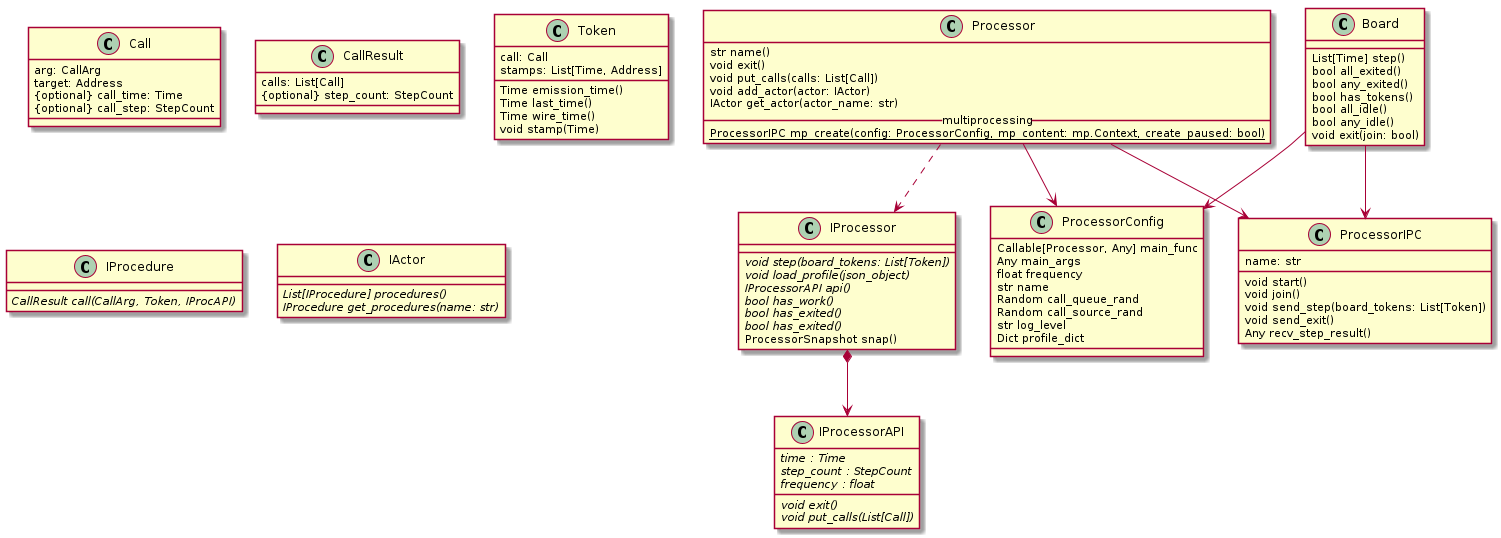
Before: pacos4/pacos4_uml.png, a diagram exported from PlantUML (jadnohra/PaCoS). Its diagram source:
```plantuml
@startuml

class IProcessorAPI {
    {abstract} time : Time
    {abstract} step_count : StepCount
    {abstract} frequency : float
    {abstract} void exit()
    {abstract} void put_calls(List[Call])
}

class Call {
    arg: CallArg
    target: Address
    {optional} call_time: Time
    {optional} call_step: StepCount
}

class CallResult {
    calls: List[Call]
    {optional} step_count: StepCount
}

class Token {
    call: Call
    stamps: List[Time, Address]
    Time emission_time()
    Time last_time()
    Time wire_time()
    void stamp(Time)
}


class IProcedure {
    {abstract} CallResult call(CallArg, Token, IProcAPI)
}


class IActor {
    {abstract} List[IProcedure] procedures()
    {abstract} IProcedure get_procedures(name: str)
}

class IProcessor {
    {abstract} void step(board_tokens: List[Token])
    {abstract} void load_profile(json_object)
    {abstract} IProcessorAPI api()
    {abstract} bool has_work()
    {abstract} bool has_exited()
    {abstract} bool has_exited()
    ProcessorSnapshot snap()
}

class ProcessorIPC {
    void start()
    void join()
    void send_step(board_tokens: List[Token])
    void send_exit()
    Any recv_step_result()
    name: str
}


class Processor {
   str name()
   void exit()
   void put_calls(calls: List[Call])
   void add_actor(actor: IActor)
   IActor get_actor(actor_name: str)
   __ multiprocessing __
   {static} ProcessorIPC mp_create(config: ProcessorConfig, mp_content: mp.Context, create_paused: bool)
}

Processor --> ProcessorConfig
Processor --> ProcessorIPC
Processor ..> IProcessor
IProcessor *--> IProcessorAPI

class ProcessorConfig {
    Callable[Processor, Any] main_func
    Any main_args
    float frequency
    str name
    Random call_queue_rand
    Random call_source_rand
    str log_level
    Dict profile_dict
}

class Board {
    List[Time] step()
    bool all_exited()
    bool any_exited()
    bool has_tokens()
    bool all_idle()
    bool any_idle()
    void exit(join: bool)
}

Board --> ProcessorIPC
Board --> ProcessorConfig

@enduml
```
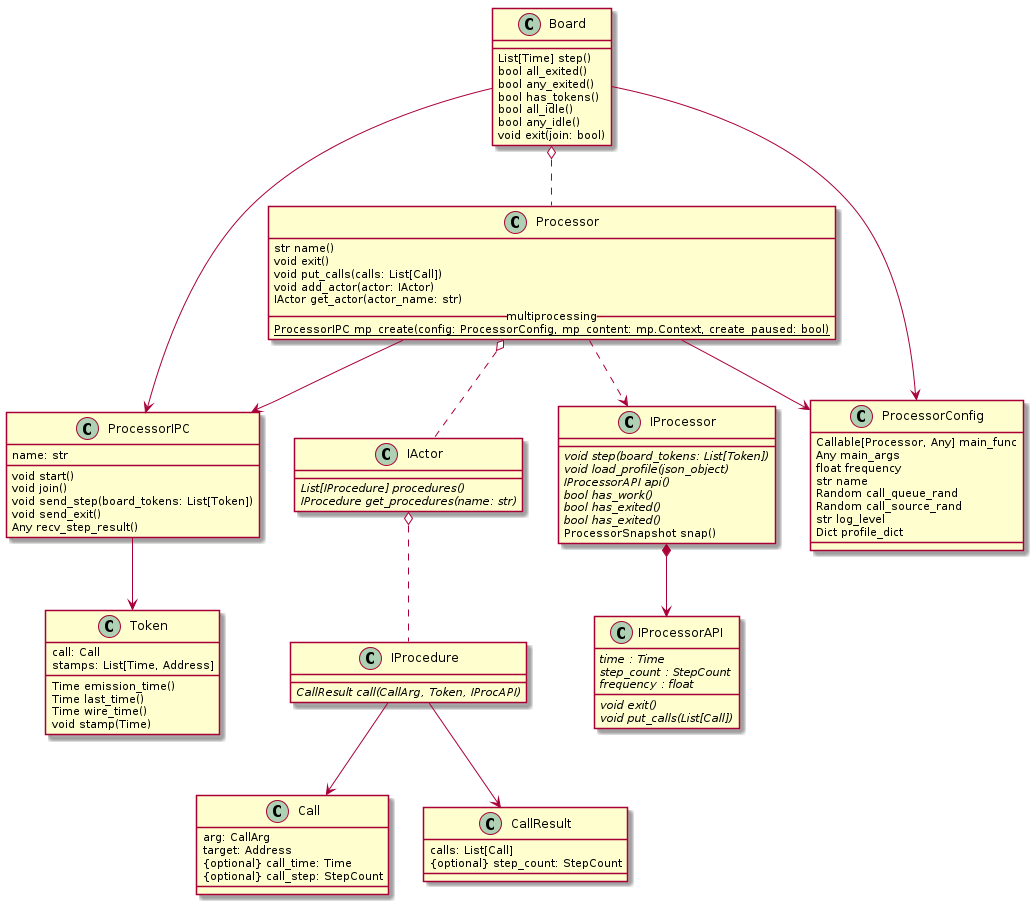
Above is the later version.

Change to the diagram source:
```diff
@@ -73,7 +73,13 @@
 Processor --> ProcessorConfig
 Processor --> ProcessorIPC
 Processor ..> IProcessor
+Processor o.. IActor
+IActor o.. IProcedure
 IProcessor *--> IProcessorAPI
+IProcedure --> Call
+IProcedure --> CallResult
+ProcessorIPC --> Token
+Board o.. Processor
 
 class ProcessorConfig {
     Callable[Processor, Any] main_func
```
